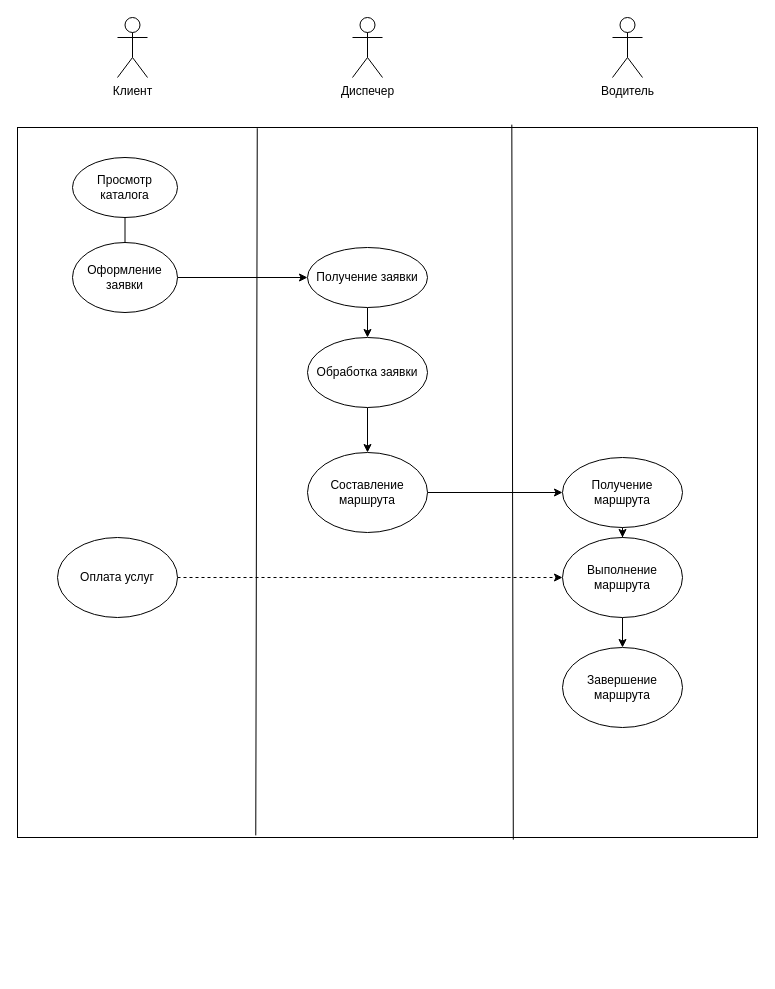
This is page "Страница — 3" (3 of 4) of Диаграмма без названия.drawio from MOLLIP-merzota/-, a draw.io file, before an edit. Source tidied: cells renumbered, new cells numbered last; positions are measured from the earlier drawing's top-left corner, leaving out a move shared by most shapes. Both pictures are drawn from the tidied source at 100%, with x=0, y=0 at pixel (17, 17).
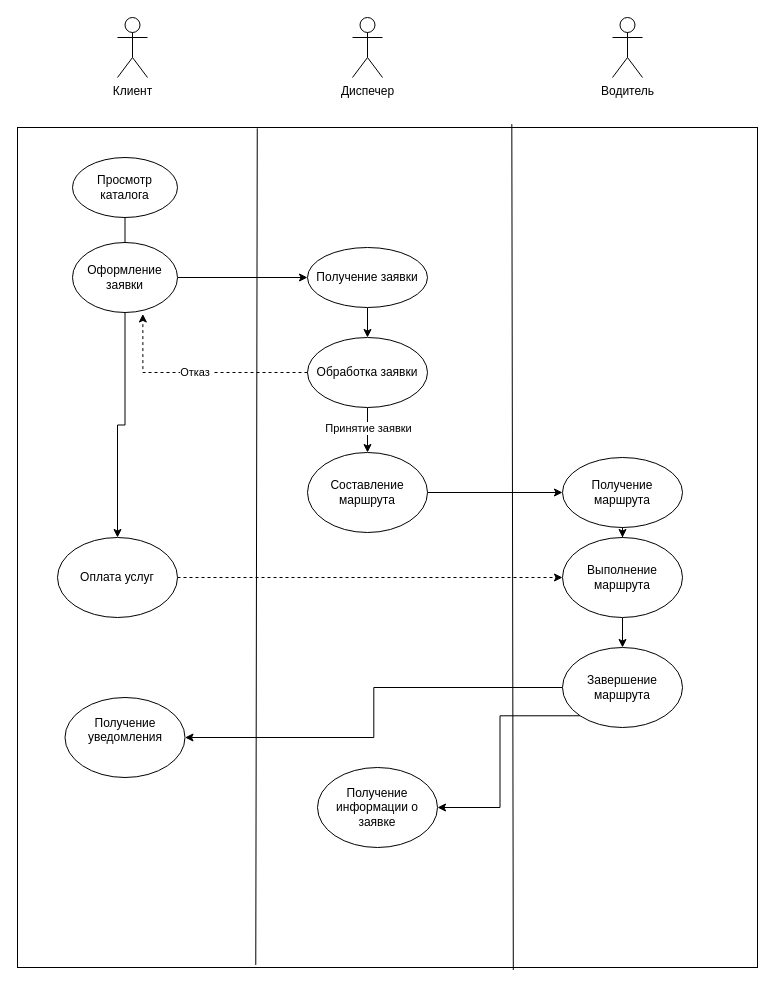
The same diagram, later.

Unchanged cells that the change refers to:
```xml
<mxCell id="10" value="Оформление заявки" style="ellipse;whiteSpace=wrap;html=1;" parent="1" vertex="1">
  <mxGeometry x="55" y="225" width="105" height="70" as="geometry" />
</mxCell>
<mxCell id="13" style="edgeStyle=orthogonalEdgeStyle;rounded=0;jettySize=auto;html=1;exitX=0.5;exitY=1;exitDx=0;exitDy=0;" parent="1" edge="1" source="14" target="21">
  <mxGeometry relative="1" as="geometry" />
</mxCell>
<mxCell id="14" value="Обработка заявки" style="ellipse;whiteSpace=wrap;html=1;" parent="1" vertex="1">
  <mxGeometry x="290" y="320" width="120" height="70" as="geometry" />
</mxCell>
<mxCell id="19" value="Завершение маршрута" style="ellipse;whiteSpace=wrap;html=1;" parent="1" vertex="1">
  <mxGeometry x="545" y="630" width="120" height="80" as="geometry" />
</mxCell>
<mxCell id="23" value="Оплата услуг" style="ellipse;whiteSpace=wrap;html=1;" parent="1" vertex="1">
  <mxGeometry x="40" y="520" width="120" height="80" as="geometry" />
</mxCell>
```

Diff of the diagram source:
```diff
@@
     <mxCell id="2" style="rounded=0;whiteSpace=wrap;html=1;" parent="1" vertex="1">
-      <mxGeometry y="110" width="740" height="710" as="geometry" />
+      <mxGeometry y="110" width="740" height="840" as="geometry" />
     </mxCell>
@@
+    <mxCell id="25" style="edgeStyle=orthogonalEdgeStyle;rounded=0;jettySize=auto;html=1;exitX=0.5;exitY=1;exitDx=0;exitDy=0;" parent="1" edge="1" source="10" target="23">
+      <mxGeometry relative="1" as="geometry" />
+    </mxCell>
@@
+    <mxCell id="26" value="Принятие заявки" style="edgeLabel;html=1;align=center;verticalAlign=middle;" parent="13" vertex="1">
+      <mxGeometry x="-0.13" relative="1" as="geometry" />
+    </mxCell>
@@
+    <mxCell id="27" style="edgeStyle=orthogonalEdgeStyle;rounded=0;jettySize=auto;html=1;exitX=0;exitY=0.5;exitDx=0;exitDy=0;entryX=1;entryY=0.5;entryDx=0;entryDy=0;" parent="1" edge="1" source="19" target="31">
+      <mxGeometry relative="1" as="geometry" />
+    </mxCell>
+    <mxCell id="28" style="edgeStyle=orthogonalEdgeStyle;rounded=0;jettySize=auto;html=1;exitX=0;exitY=1;exitDx=0;exitDy=0;entryX=1;entryY=0.5;entryDx=0;entryDy=0;" parent="1" edge="1" source="19" target="32">
+      <mxGeometry relative="1" as="geometry" />
+    </mxCell>
@@
+    <mxCell id="29" style="edgeStyle=orthogonalEdgeStyle;rounded=0;jettySize=auto;html=1;exitX=0;exitY=0.5;exitDx=0;exitDy=0;entryX=0.67;entryY=1.021;entryDx=0;entryDy=0;entryPerimeter=0;dashed=1;" parent="1" edge="1" source="14" target="10">
+      <mxGeometry relative="1" as="geometry" />
+    </mxCell>
+    <mxCell id="30" value="Отказ&amp;nbsp;" style="edgeLabel;html=1;align=center;verticalAlign=middle;" parent="29" vertex="1">
+      <mxGeometry y="-1" relative="1" as="geometry" />
+    </mxCell>
+    <mxCell id="31" value="Получение уведомления&lt;div&gt;&lt;br&gt;&lt;/div&gt;" style="ellipse;whiteSpace=wrap;html=1;" parent="1" vertex="1">
+      <mxGeometry x="47.5" y="680" width="120" height="80" as="geometry" />
+    </mxCell>
+    <mxCell id="32" value="Получение информации о заявке" style="ellipse;whiteSpace=wrap;html=1;" parent="1" vertex="1">
+      <mxGeometry x="300" y="750" width="120" height="80" as="geometry" />
+    </mxCell>
```
